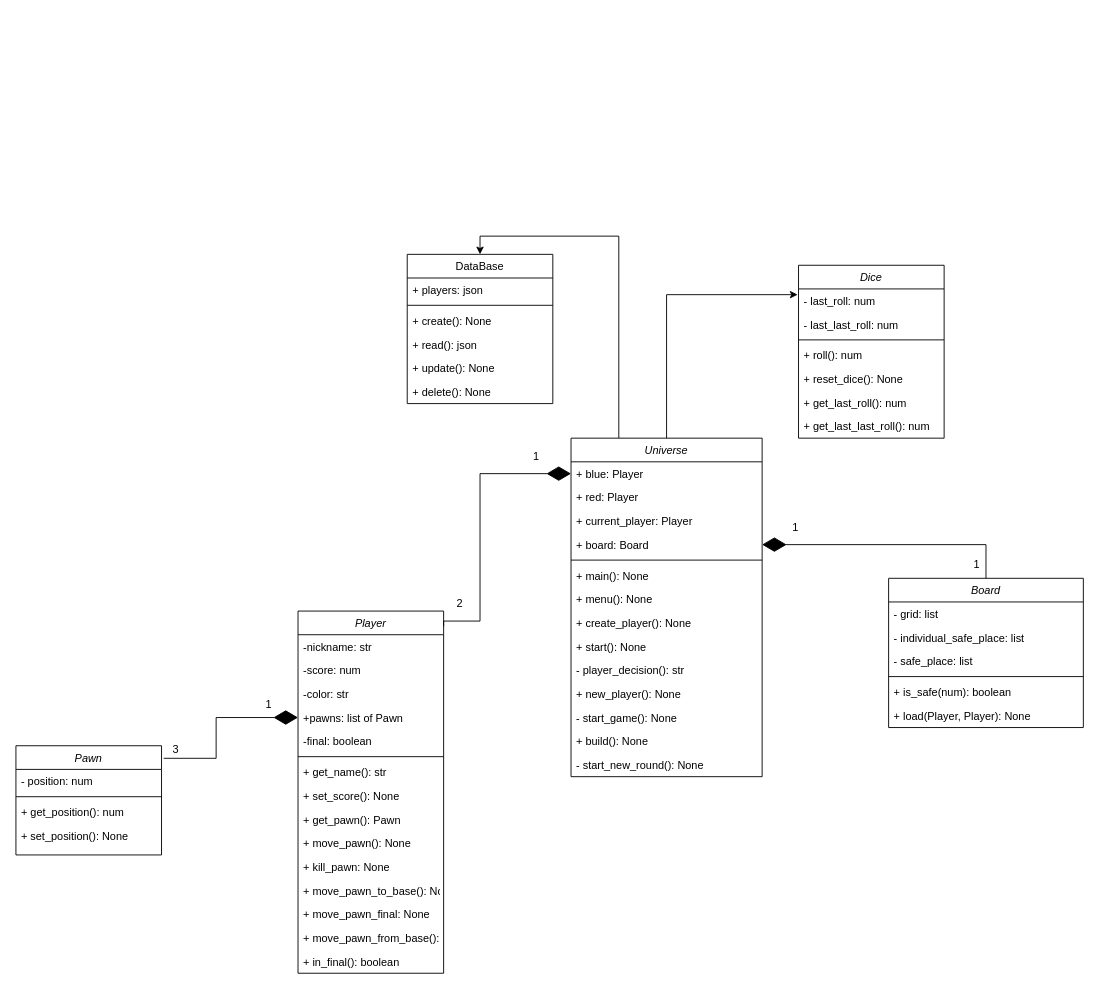
Before: Desenvolvimento_Projetos/Projeto_3/classes_uml_1.3.drawio in rafaelcarvalhoj/poo, a draw.io diagram. Source tidied: cells renumbered, new cells numbered last; positions are measured from the earlier drawing's top-left corner, leaving out a move shared by most shapes. Both pictures are drawn from the tidied source at 91%, with x=0, y=0 at pixel (15, 254).
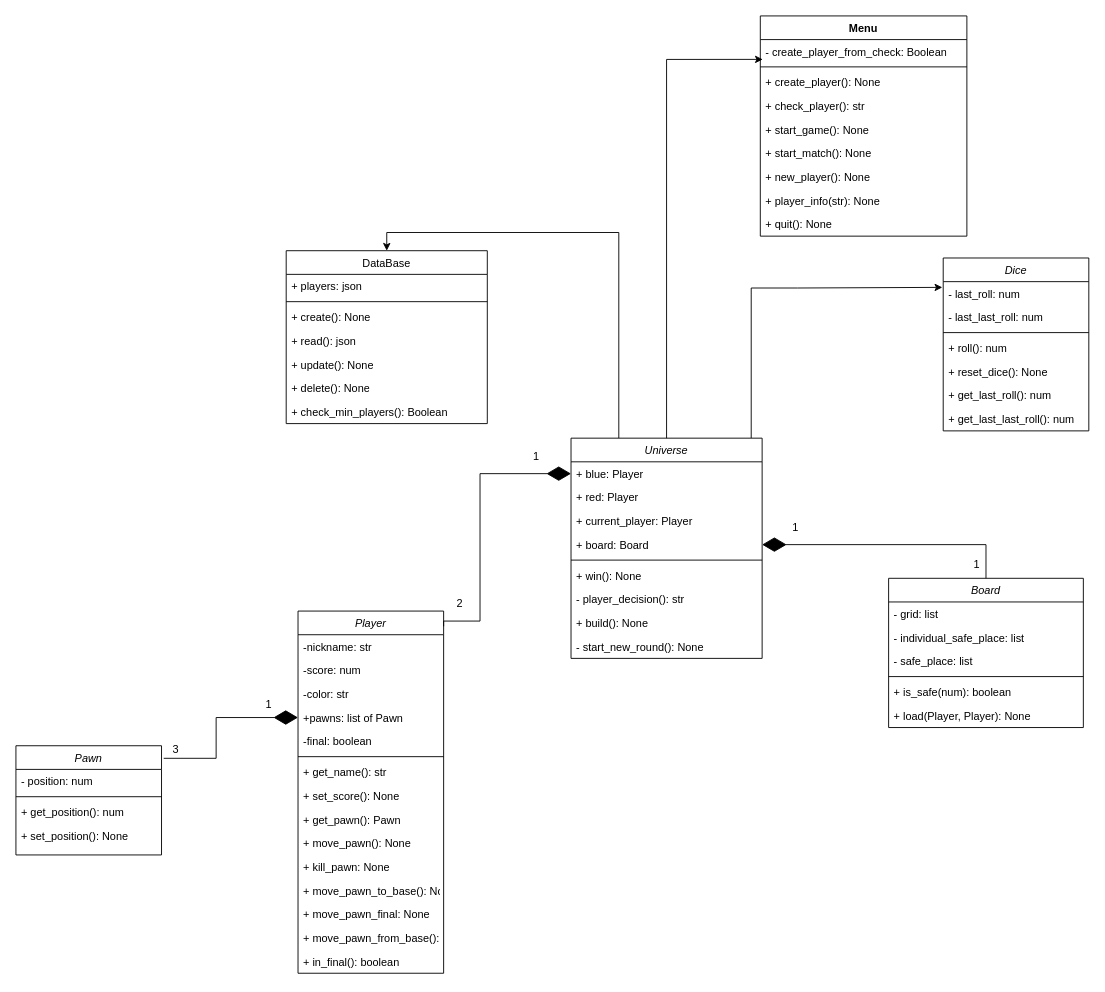
Above is the later version.

What changed in the source:
```diff
@@
     <mxCell id="23" value="Dice" style="swimlane;fontStyle=2;align=center;verticalAlign=top;horizontal=1;startSize=26;rounded=0;shadow=0;strokeWidth=1;" parent="1" vertex="1">
-      <mxGeometry x="860" y="12" width="160" height="190" as="geometry" />
+      <mxGeometry x="1019" y="4" width="160" height="190" as="geometry" />
     </mxCell>
@@
     <mxCell id="38" style="edgeStyle=orthogonalEdgeStyle;rounded=0;jettySize=auto;html=1;entryX=-0.006;entryY=0.17;entryDx=0;entryDy=0;entryPerimeter=0;" parent="1" edge="1" source="40" target="23">
       <mxGeometry relative="1" as="geometry">
         <Array as="points">
-          <mxPoint x="715" y="44" />
-          <mxPoint x="859" y="44" />
+          <mxPoint x="808" y="37" />
+          <mxPoint x="859" y="37" />
         </Array>
       </mxGeometry>
     </mxCell>
@@
     <mxCell id="40" value="Universe" style="swimlane;fontStyle=2;align=center;verticalAlign=top;horizontal=1;startSize=26;rounded=0;shadow=0;strokeWidth=1;" parent="1" vertex="1">
-      <mxGeometry x="610" y="202" width="210" height="372" as="geometry" />
+      <mxGeometry x="610" y="202" width="210" height="242" as="geometry" />
     </mxCell>
@@
-    <mxCell id="46" value="+ main(): None" style="text;align=left;verticalAlign=top;spacingLeft=4;spacingRight=4;overflow=hidden;" parent="40" vertex="1">
+    <mxCell id="46" value="+ win(): None" style="text;align=left;verticalAlign=top;spacingLeft=4;spacingRight=4;overflow=hidden;" parent="40" vertex="1">
       <mxGeometry y="138" width="210" height="26" as="geometry" />
     </mxCell>
-    <mxCell id="47" value="+ menu(): None" style="text;align=left;verticalAlign=top;spacingLeft=4;spacingRight=4;overflow=hidden;" parent="40" vertex="1">
-      <mxGeometry y="164" width="210" height="26" as="geometry" />
-    </mxCell>
-    <mxCell id="48" value="+ create_player(): None" style="text;align=left;verticalAlign=top;spacingLeft=4;spacingRight=4;overflow=hidden;" parent="40" vertex="1">
-      <mxGeometry y="190" width="210" height="26" as="geometry" />
-    </mxCell>
-    <mxCell id="49" value="+ start(): None" style="text;align=left;verticalAlign=top;spacingLeft=4;spacingRight=4;overflow=hidden;" parent="40" vertex="1">
-      <mxGeometry y="216" width="210" height="26" as="geometry" />
-    </mxCell>
     <mxCell id="50" value="- player_decision(): str" style="text;align=left;verticalAlign=top;spacingLeft=4;spacingRight=4;overflow=hidden;" parent="40" vertex="1">
-      <mxGeometry y="242" width="210" height="26" as="geometry" />
+      <mxGeometry y="164" width="210" height="26" as="geometry" />
     </mxCell>
-    <mxCell id="51" value="+ new_player(): None" style="text;align=left;verticalAlign=top;spacingLeft=4;spacingRight=4;overflow=hidden;" parent="40" vertex="1">
-      <mxGeometry y="268" width="210" height="26" as="geometry" />
-    </mxCell>
-    <mxCell id="52" value="- start_game(): None" style="text;align=left;verticalAlign=top;spacingLeft=4;spacingRight=4;overflow=hidden;" parent="40" vertex="1">
-      <mxGeometry y="294" width="210" height="26" as="geometry" />
-    </mxCell>
     <mxCell id="53" value="+ build(): None" style="text;align=left;verticalAlign=top;spacingLeft=4;spacingRight=4;overflow=hidden;" parent="40" vertex="1">
-      <mxGeometry y="320" width="210" height="26" as="geometry" />
+      <mxGeometry y="190" width="210" height="26" as="geometry" />
     </mxCell>
     <mxCell id="54" value="- start_new_round(): None" style="text;align=left;verticalAlign=top;spacingLeft=4;spacingRight=4;overflow=hidden;" parent="40" vertex="1">
-      <mxGeometry y="346" width="210" height="26" as="geometry" />
+      <mxGeometry y="216" width="210" height="26" as="geometry" />
     </mxCell>
@@
     <mxCell id="58" value="&lt;span style=&quot;font-weight: normal;&quot;&gt;DataBase&lt;/span&gt;" style="swimlane;fontStyle=1;align=center;verticalAlign=top;horizontal=1;startSize=26;whiteSpace=wrap;html=1;" parent="1" vertex="1">
-      <mxGeometry x="430" width="160" height="164" as="geometry" />
+      <mxGeometry x="297" y="-4" width="221" height="190" as="geometry" />
     </mxCell>
     <mxCell id="59" value="+ players: json" style="text;strokeColor=none;fillColor=none;align=left;verticalAlign=top;spacingLeft=4;spacingRight=4;overflow=hidden;whiteSpace=wrap;html=1;" parent="58" vertex="1">
-      <mxGeometry y="26" width="160" height="26" as="geometry" />
+      <mxGeometry y="26" width="221" height="26" as="geometry" />
     </mxCell>
     <mxCell id="60" style="line;strokeWidth=1;fillColor=none;align=left;verticalAlign=middle;spacingTop=-1;spacingLeft=3;spacingRight=3;labelPosition=right;strokeColor=inherit;" parent="58" vertex="1">
-      <mxGeometry y="52" width="160" height="8" as="geometry" />
+      <mxGeometry y="52" width="221" height="8" as="geometry" />
     </mxCell>
     <mxCell id="61" value="+ create(): None" style="text;strokeColor=none;fillColor=none;align=left;verticalAlign=top;spacingLeft=4;spacingRight=4;overflow=hidden;whiteSpace=wrap;html=1;" parent="58" vertex="1">
-      <mxGeometry y="60" width="160" height="26" as="geometry" />
+      <mxGeometry y="60" width="221" height="26" as="geometry" />
     </mxCell>
     <mxCell id="62" value="+ read(): json" style="text;strokeColor=none;fillColor=none;align=left;verticalAlign=top;spacingLeft=4;spacingRight=4;overflow=hidden;whiteSpace=wrap;html=1;" parent="58" vertex="1">
-      <mxGeometry y="86" width="160" height="26" as="geometry" />
+      <mxGeometry y="86" width="221" height="26" as="geometry" />
     </mxCell>
     <mxCell id="63" value="+ update(): None" style="text;strokeColor=none;fillColor=none;align=left;verticalAlign=top;spacingLeft=4;spacingRight=4;overflow=hidden;whiteSpace=wrap;html=1;" parent="58" vertex="1">
-      <mxGeometry y="112" width="160" height="26" as="geometry" />
+      <mxGeometry y="112" width="221" height="26" as="geometry" />
     </mxCell>
     <mxCell id="64" value="+ delete(): None" style="text;strokeColor=none;fillColor=none;align=left;verticalAlign=top;spacingLeft=4;spacingRight=4;overflow=hidden;whiteSpace=wrap;html=1;" parent="58" vertex="1">
-      <mxGeometry y="138" width="160" height="26" as="geometry" />
+      <mxGeometry y="138" width="221" height="26" as="geometry" />
     </mxCell>
+    <mxCell id="71" value="+ check_min_players(): Boolean" style="text;strokeColor=none;fillColor=none;align=left;verticalAlign=top;spacingLeft=4;spacingRight=4;overflow=hidden;whiteSpace=wrap;html=1;" parent="58" vertex="1">
+      <mxGeometry y="164" width="221" height="26" as="geometry" />
+    </mxCell>
@@
+    <mxCell id="72" value="Menu" style="swimlane;fontStyle=1;align=center;verticalAlign=top;horizontal=1;startSize=26;whiteSpace=wrap;html=1;" parent="1" vertex="1">
+      <mxGeometry x="818" y="-262" width="227" height="242" as="geometry" />
+    </mxCell>
+    <mxCell id="73" value="- create_player_from_check: Boolean" style="text;strokeColor=none;fillColor=none;align=left;verticalAlign=top;spacingLeft=4;spacingRight=4;overflow=hidden;points=[[0,0.5],[1,0.5]];portConstraint=eastwest;whiteSpace=wrap;html=1;" parent="72" vertex="1">
+      <mxGeometry y="26" width="227" height="26" as="geometry" />
+    </mxCell>
+    <mxCell id="74" style="line;strokeWidth=1;fillColor=none;align=left;verticalAlign=middle;spacingTop=-1;spacingLeft=3;spacingRight=3;labelPosition=right;strokeColor=inherit;" parent="72" vertex="1">
+      <mxGeometry y="52" width="227" height="8" as="geometry" />
+    </mxCell>
+    <mxCell id="48" value="+ create_player(): None" style="text;align=left;verticalAlign=top;spacingLeft=4;spacingRight=4;overflow=hidden;" parent="72" vertex="1">
+      <mxGeometry y="60" width="227" height="26" as="geometry" />
+    </mxCell>
+    <mxCell id="75" value="+ check_player(): str" style="text;align=left;verticalAlign=top;spacingLeft=4;spacingRight=4;overflow=hidden;" parent="72" vertex="1">
+      <mxGeometry y="86" width="227" height="26" as="geometry" />
+    </mxCell>
+    <mxCell id="49" value="+ start_game(): None" style="text;align=left;verticalAlign=top;spacingLeft=4;spacingRight=4;overflow=hidden;" parent="72" vertex="1">
+      <mxGeometry y="112" width="227" height="26" as="geometry" />
+    </mxCell>
+    <mxCell id="76" value="+ start_match(): None" style="text;align=left;verticalAlign=top;spacingLeft=4;spacingRight=4;overflow=hidden;" parent="72" vertex="1">
+      <mxGeometry y="138" width="227" height="26" as="geometry" />
+    </mxCell>
+    <mxCell id="77" value="+ new_player(): None" style="text;align=left;verticalAlign=top;spacingLeft=4;spacingRight=4;overflow=hidden;" parent="72" vertex="1">
+      <mxGeometry y="164" width="227" height="26" as="geometry" />
+    </mxCell>
+    <mxCell id="51" value="+ player_info(str): None" style="text;align=left;verticalAlign=top;spacingLeft=4;spacingRight=4;overflow=hidden;" parent="72" vertex="1">
+      <mxGeometry y="190" width="227" height="26" as="geometry" />
+    </mxCell>
+    <mxCell id="78" value="+ quit(): None" style="text;align=left;verticalAlign=top;spacingLeft=4;spacingRight=4;overflow=hidden;" parent="72" vertex="1">
+      <mxGeometry y="216" width="227" height="26" as="geometry" />
+    </mxCell>
+    <mxCell id="79" style="edgeStyle=orthogonalEdgeStyle;rounded=0;jettySize=auto;html=1;entryX=0.012;entryY=0.837;entryDx=0;entryDy=0;entryPerimeter=0;" parent="1" edge="1" source="40" target="73">
+      <mxGeometry relative="1" as="geometry" />
+    </mxCell>
```
